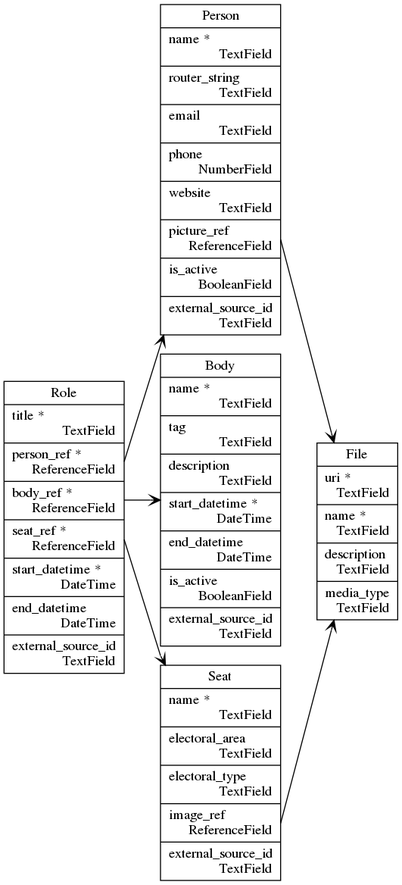
Earlier version of the Graphviz export _static/cdp_database_diagram.png (CouncilDataProject/cdp-backend). Its source is kept beside it as _static/cdp_database_diagram.dot. The source it was exported from:
```dot
digraph {
	graph [bgcolor=transparent rankdir=LR splines=compound]
	node [fillcolor=white shape=record style=filled]
	edge [arrowhead=vee]
	Body [label="Body | name *\l  TextField\r|tag\l  TextField\r|description\l  TextField\r|start_datetime *\l  DateTime\r|end_datetime\l  DateTime\r|is_active\l  BooleanField\r|external_source_id\l  TextField\r"]
	File [label="File | uri *\l  TextField\r|name *\l  TextField\r|description\l  TextField\r|media_type\l  TextField\r"]
	Person [label="Person | name *\l  TextField\r|router_string\l  TextField\r|email\l  TextField\r|phone\l  NumberField\r|website\l  TextField\r|<picture_ref> picture_ref\l  ReferenceField\r|is_active\l  BooleanField\r|external_source_id\l  TextField\r"]
	Role [label="Role | title *\l  TextField\r|<person_ref> person_ref *\l  ReferenceField\r|<body_ref> body_ref *\l  ReferenceField\r|<seat_ref> seat_ref *\l  ReferenceField\r|start_datetime *\l  DateTime\r|end_datetime\l  DateTime\r|external_source_id\l  TextField\r"]
	Seat [label="Seat | name *\l  TextField\r|electoral_area\l  TextField\r|electoral_type\l  TextField\r|<image_ref> image_ref\l  ReferenceField\r|external_source_id\l  TextField\r"]
	Person:picture_ref -> File
	Role:person_ref -> Person
	Role:body_ref -> Body
	Role:seat_ref -> Seat
	Seat:image_ref -> File
}
```
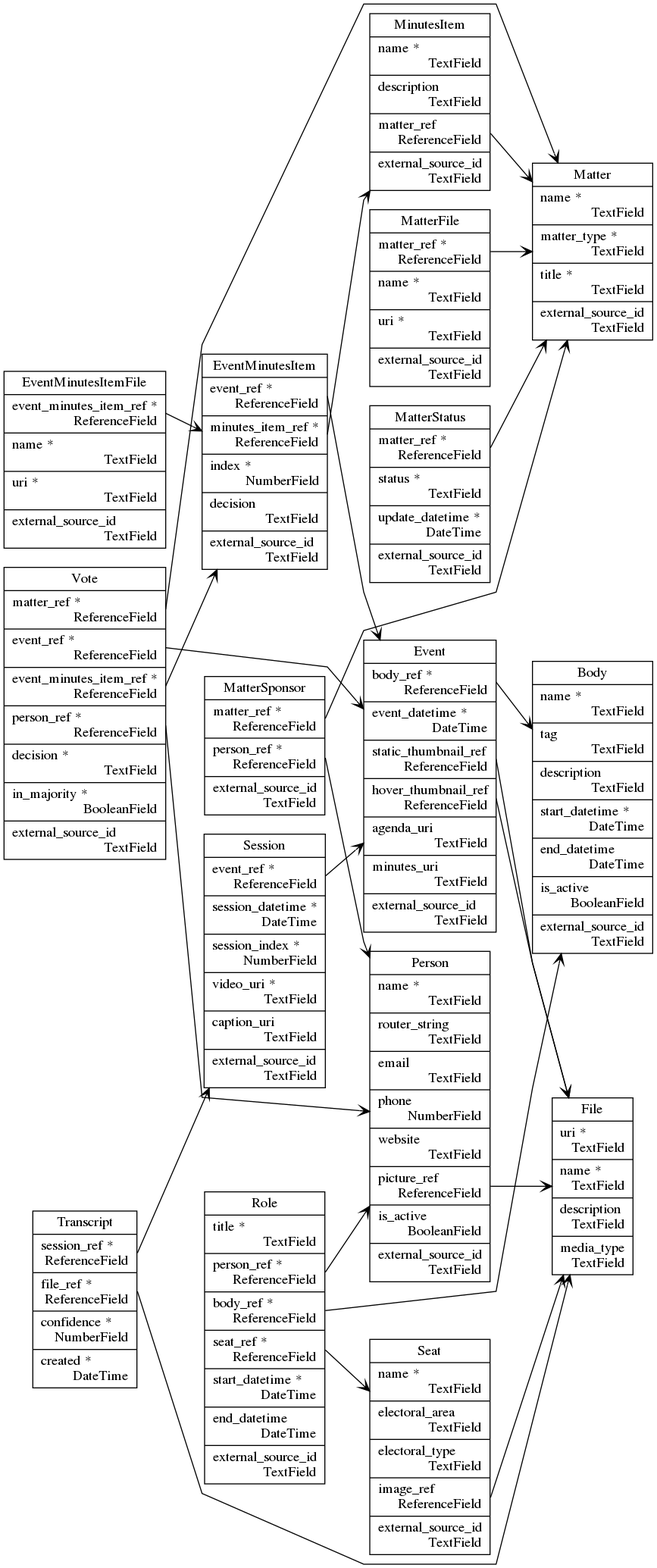
Above is the later version.

The edit, as a diff of the source:
```diff
@@ -3,13 +3,42 @@
 	node [fillcolor=white shape=record style=filled]
 	edge [arrowhead=vee]
 	Body [label="Body | name *\l  TextField\r|tag\l  TextField\r|description\l  TextField\r|start_datetime *\l  DateTime\r|end_datetime\l  DateTime\r|is_active\l  BooleanField\r|external_source_id\l  TextField\r"]
+	Event [label="Event | <body_ref> body_ref *\l  ReferenceField\r|event_datetime *\l  DateTime\r|<static_thumbnail_ref> static_thumbnail_ref\l  ReferenceField\r|<hover_thumbnail_ref> hover_thumbnail_ref\l  ReferenceField\r|agenda_uri\l  TextField\r|minutes_uri\l  TextField\r|external_source_id\l  TextField\r"]
+	EventMinutesItem [label="EventMinutesItem | <event_ref> event_ref *\l  ReferenceField\r|<minutes_item_ref> minutes_item_ref *\l  ReferenceField\r|index *\l  NumberField\r|decision\l  TextField\r|external_source_id\l  TextField\r"]
+	EventMinutesItemFile [label="EventMinutesItemFile | <event_minutes_item_ref> event_minutes_item_ref *\l  ReferenceField\r|name *\l  TextField\r|uri *\l  TextField\r|external_source_id\l  TextField\r"]
 	File [label="File | uri *\l  TextField\r|name *\l  TextField\r|description\l  TextField\r|media_type\l  TextField\r"]
+	Matter [label="Matter | name *\l  TextField\r|matter_type *\l  TextField\r|title *\l  TextField\r|external_source_id\l  TextField\r"]
+	MatterFile [label="MatterFile | <matter_ref> matter_ref *\l  ReferenceField\r|name *\l  TextField\r|uri *\l  TextField\r|external_source_id\l  TextField\r"]
+	MatterSponsor [label="MatterSponsor | <matter_ref> matter_ref *\l  ReferenceField\r|<person_ref> person_ref *\l  ReferenceField\r|external_source_id\l  TextField\r"]
+	MatterStatus [label="MatterStatus | <matter_ref> matter_ref *\l  ReferenceField\r|status *\l  TextField\r|update_datetime *\l  DateTime\r|external_source_id\l  TextField\r"]
+	MinutesItem [label="MinutesItem | name *\l  TextField\r|description\l  TextField\r|<matter_ref> matter_ref\l  ReferenceField\r|external_source_id\l  TextField\r"]
 	Person [label="Person | name *\l  TextField\r|router_string\l  TextField\r|email\l  TextField\r|phone\l  NumberField\r|website\l  TextField\r|<picture_ref> picture_ref\l  ReferenceField\r|is_active\l  BooleanField\r|external_source_id\l  TextField\r"]
 	Role [label="Role | title *\l  TextField\r|<person_ref> person_ref *\l  ReferenceField\r|<body_ref> body_ref *\l  ReferenceField\r|<seat_ref> seat_ref *\l  ReferenceField\r|start_datetime *\l  DateTime\r|end_datetime\l  DateTime\r|external_source_id\l  TextField\r"]
 	Seat [label="Seat | name *\l  TextField\r|electoral_area\l  TextField\r|electoral_type\l  TextField\r|<image_ref> image_ref\l  ReferenceField\r|external_source_id\l  TextField\r"]
+	Session [label="Session | <event_ref> event_ref *\l  ReferenceField\r|session_datetime *\l  DateTime\r|session_index *\l  NumberField\r|video_uri *\l  TextField\r|caption_uri\l  TextField\r|external_source_id\l  TextField\r"]
+	Transcript [label="Transcript | <session_ref> session_ref *\l  ReferenceField\r|<file_ref> file_ref *\l  ReferenceField\r|confidence *\l  NumberField\r|created *\l  DateTime\r"]
+	Vote [label="Vote | <matter_ref> matter_ref *\l  ReferenceField\r|<event_ref> event_ref *\l  ReferenceField\r|<event_minutes_item_ref> event_minutes_item_ref *\l  ReferenceField\r|<person_ref> person_ref *\l  ReferenceField\r|decision *\l  TextField\r|in_majority *\l  BooleanField\r|external_source_id\l  TextField\r"]
+	Event:body_ref -> Body
+	Event:static_thumbnail_ref -> File
+	Event:hover_thumbnail_ref -> File
+	EventMinutesItem:event_ref -> Event
+	EventMinutesItem:minutes_item_ref -> MinutesItem
+	EventMinutesItemFile:event_minutes_item_ref -> EventMinutesItem
+	MatterFile:matter_ref -> Matter
+	MatterSponsor:matter_ref -> Matter
+	MatterSponsor:person_ref -> Person
+	MatterStatus:matter_ref -> Matter
+	MinutesItem:matter_ref -> Matter
 	Person:picture_ref -> File
 	Role:person_ref -> Person
 	Role:body_ref -> Body
 	Role:seat_ref -> Seat
 	Seat:image_ref -> File
+	Session:event_ref -> Event
+	Transcript:session_ref -> Session
+	Transcript:file_ref -> File
+	Vote:matter_ref -> Matter
+	Vote:event_ref -> Event
+	Vote:event_minutes_item_ref -> EventMinutesItem
+	Vote:person_ref -> Person
 }
```
